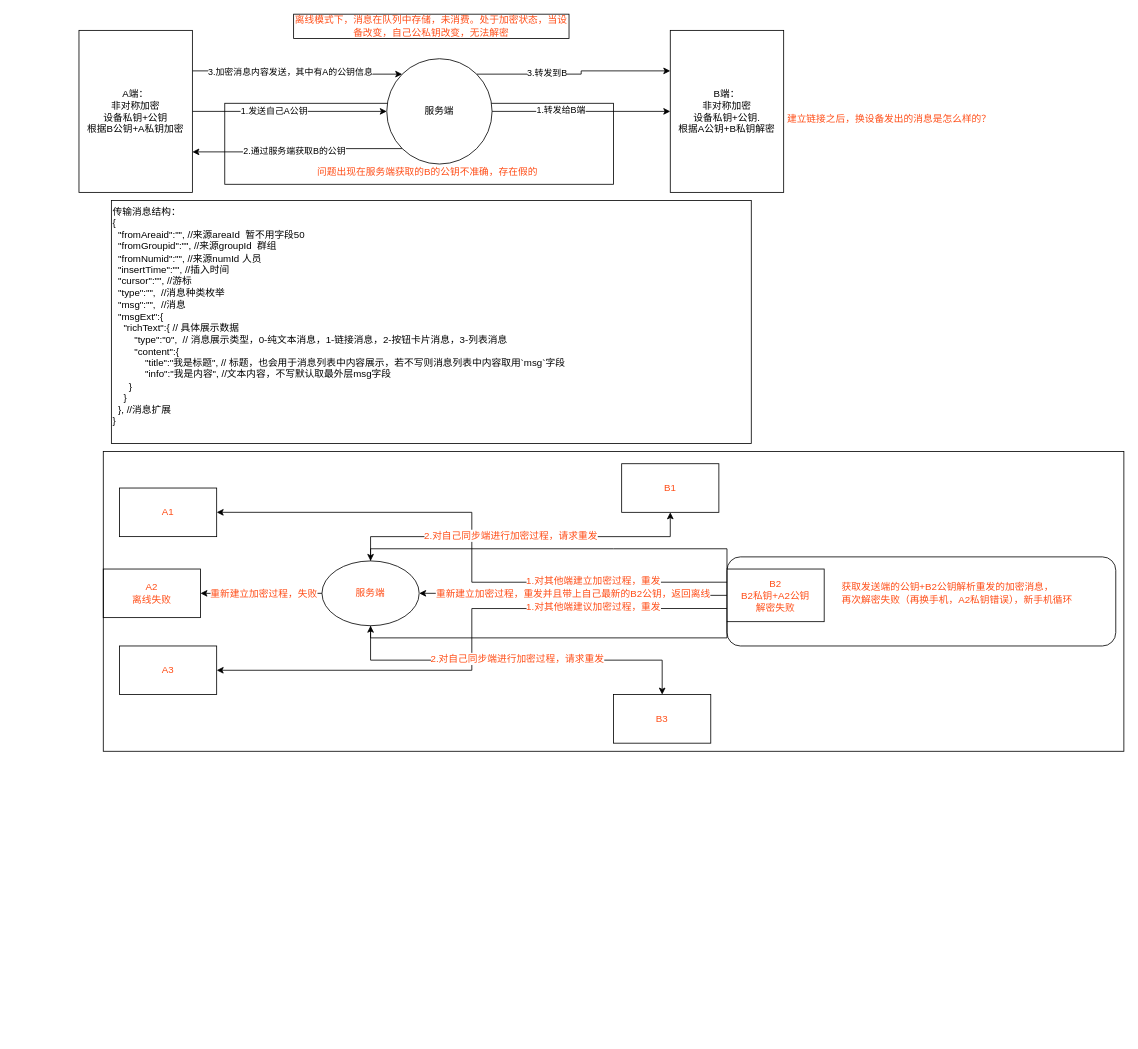
panhf/tu keeps this draw.io diagram as 端对端加密.drawio. Above is the earlier version. Source tidied: cells renumbered, new cells numbered last; positions are measured from the earlier drawing's top-left corner, leaving out a move shared by most shapes. Both pictures are drawn from the tidied source at 81%, with x=0, y=0 at pixel (79, 14).
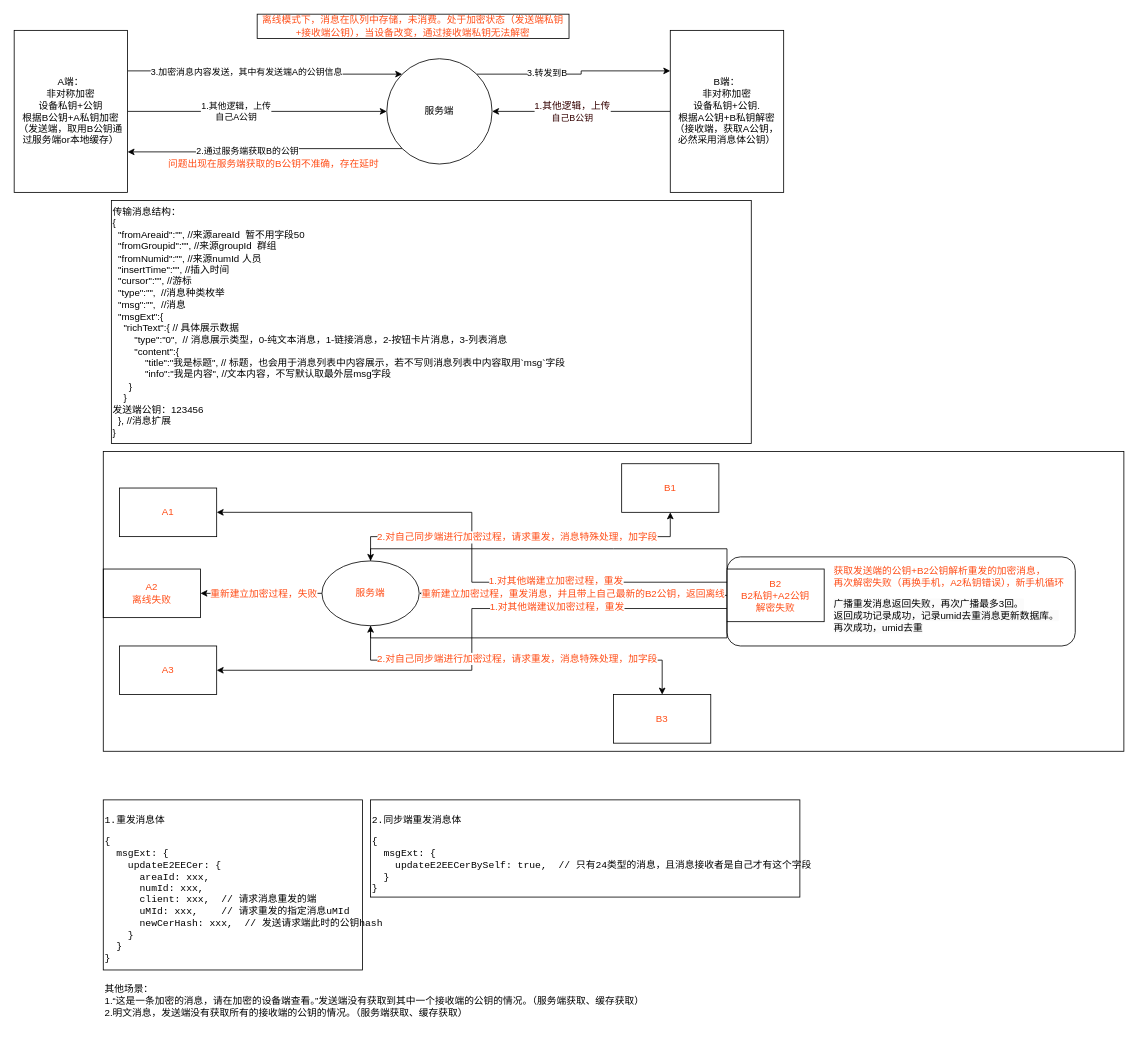
The same page after the edit.

Commit message:
更新端对端加密.drawio  2.7大群端对端加密逻辑

The change refers to these unchanged cells:
```xml
<mxCell id="3" style="edgeStyle=orthogonalEdgeStyle;rounded=0;jettySize=auto;html=1;" parent="1" edge="1" source="7" target="15">
  <mxGeometry relative="1" as="geometry" />
</mxCell>
<mxCell id="5" style="edgeStyle=orthogonalEdgeStyle;rounded=0;jettySize=auto;html=1;exitX=1;exitY=0.25;exitDx=0;exitDy=0;entryX=0;entryY=0;entryDx=0;entryDy=0;" parent="1" edge="1" source="7" target="15">
  <mxGeometry relative="1" as="geometry" />
</mxCell>
<mxCell id="15" value="服务端" style="ellipse;whiteSpace=wrap;html=1;" parent="1" vertex="1">
  <mxGeometry x="380" y="55" width="130" height="130" as="geometry" />
</mxCell>
<mxCell id="24" style="edgeStyle=orthogonalEdgeStyle;rounded=0;jettySize=auto;html=1;exitX=0;exitY=0.5;exitDx=0;exitDy=0;fontSize=12;fontColor=#FF4D17;" parent="1" edge="1" source="32" target="40">
  <mxGeometry relative="1" as="geometry" />
</mxCell>
<mxCell id="26" style="edgeStyle=orthogonalEdgeStyle;rounded=0;jettySize=auto;html=1;exitX=0;exitY=0.25;exitDx=0;exitDy=0;entryX=1;entryY=0.5;entryDx=0;entryDy=0;fontSize=12;fontColor=#FF4D17;" parent="1" edge="1" source="32" target="20">
  <mxGeometry relative="1" as="geometry" />
</mxCell>
<mxCell id="28" style="edgeStyle=orthogonalEdgeStyle;rounded=0;jettySize=auto;html=1;exitX=0;exitY=0.75;exitDx=0;exitDy=0;entryX=1;entryY=0.5;entryDx=0;entryDy=0;fontSize=12;fontColor=#FF4D17;" parent="1" edge="1" source="32" target="22">
  <mxGeometry relative="1" as="geometry" />
</mxCell>
<mxCell id="36" style="edgeStyle=orthogonalEdgeStyle;rounded=0;jettySize=auto;html=1;exitX=0.5;exitY=1;exitDx=0;exitDy=0;fontSize=12;fontColor=#FF4D17;" parent="1" edge="1" source="40" target="33">
  <mxGeometry relative="1" as="geometry" />
</mxCell>
<mxCell id="38" style="edgeStyle=orthogonalEdgeStyle;rounded=0;jettySize=auto;html=1;exitX=0.5;exitY=0;exitDx=0;exitDy=0;entryX=0.5;entryY=1;entryDx=0;entryDy=0;fontSize=12;fontColor=#FF4D17;" parent="1" edge="1" source="40" target="23">
  <mxGeometry relative="1" as="geometry" />
</mxCell>
```

The edit, as a diff of the source:
```diff
@@
-    <mxCell id="2" style="rounded=0;whiteSpace=wrap;html=1;strokeColor=default;fontSize=12;fontColor=#FF4D17;fillColor=none;" parent="1" vertex="1">
-      <mxGeometry x="180" y="110" width="480" height="100" as="geometry" />
-    </mxCell>
@@
-    <mxCell id="4" value="1.发送自己A公钥" style="edgeLabel;html=1;align=center;verticalAlign=middle;" parent="3" vertex="1">
+    <mxCell id="4" value="1.其他逻辑，上传&lt;br&gt;自己A公钥" style="edgeLabel;html=1;align=center;verticalAlign=middle;" parent="3" vertex="1">
       <mxGeometry x="-0.17" y="1" relative="1" as="geometry" />
     </mxCell>
@@
-    <mxCell id="6" value="3.加密消息内容发送，其中有A的公钥信息" style="edgeLabel;html=1;align=center;verticalAlign=middle;" parent="5" vertex="1">
+    <mxCell id="6" value="3.加密消息内容发送，其中有发送端A的公钥信息" style="edgeLabel;html=1;align=center;verticalAlign=middle;" parent="5" vertex="1">
       <mxGeometry x="-0.34" relative="1" as="geometry">
         <mxPoint x="33" as="offset" />
       </mxGeometry>
     </mxCell>
-    <mxCell id="7" value="A端：&lt;br&gt;非对称加密&lt;br&gt;设备私钥+公钥&lt;br&gt;根据B公钥+A私钥加密" style="rounded=0;whiteSpace=wrap;html=1;" parent="1" vertex="1">
-      <mxGeometry y="20" width="140" height="200" as="geometry" />
+    <mxCell id="7" value="A端：&lt;br&gt;非对称加密&lt;br&gt;设备私钥+公钥&lt;br&gt;根据B公钥+A私钥加密（发送端，取用B公钥通过服务端or本地缓存）" style="rounded=0;whiteSpace=wrap;html=1;" parent="1" vertex="1">
+      <mxGeometry x="-80" y="20" width="140" height="200" as="geometry" />
     </mxCell>
+    <mxCell id="44" style="edgeStyle=orthogonalEdgeStyle;rounded=0;jettySize=auto;html=1;entryX=1;entryY=0.5;entryDx=0;entryDy=0;fontSize=12;fontColor=#FF4D17;" parent="1" edge="1" source="8" target="15">
+      <mxGeometry relative="1" as="geometry" />
+    </mxCell>
+    <mxCell id="45" value="1.其他逻辑，上传&lt;br style=&quot;border-color: var(--border-color); font-size: 11px;&quot;&gt;&lt;span style=&quot;font-size: 11px;&quot;&gt;自己B公钥&lt;/span&gt;" style="edgeLabel;html=1;align=center;verticalAlign=middle;fontSize=12;fontColor=#330000;" parent="44" vertex="1">
+      <mxGeometry x="0.11" y="-1" relative="1" as="geometry" />
+    </mxCell>
-    <mxCell id="8" value="B端：&lt;br&gt;非对称加密&lt;br style=&quot;border-color: var(--border-color);&quot;&gt;设备私钥+公钥.&lt;br&gt;根据A公钥+B私钥解密" style="rounded=0;whiteSpace=wrap;html=1;" parent="1" vertex="1">
+    <mxCell id="8" value="B端：&lt;br&gt;非对称加密&lt;br style=&quot;border-color: var(--border-color);&quot;&gt;设备私钥+公钥.&lt;br&gt;根据A公钥+B私钥解密（接收端，获取A公钥，必然采用消息体公钥）" style="rounded=0;whiteSpace=wrap;html=1;" parent="1" vertex="1">
       <mxGeometry x="730" y="20" width="140" height="200" as="geometry" />
     </mxCell>
-    <mxCell id="9" style="edgeStyle=orthogonalEdgeStyle;rounded=0;jettySize=auto;html=1;entryX=0;entryY=0.5;entryDx=0;entryDy=0;" parent="1" edge="1" source="15" target="8">
-      <mxGeometry relative="1" as="geometry" />
-    </mxCell>
-    <mxCell id="10" value="1.转发给B端" style="edgeLabel;html=1;align=center;verticalAlign=middle;" parent="9" vertex="1">
-      <mxGeometry x="-0.24" y="2" relative="1" as="geometry" />
-    </mxCell>
@@
-    <mxCell id="16" value="传输消息结构：&lt;br style=&quot;font-size: 12px;&quot;&gt;&lt;div&gt;{&lt;/div&gt;&lt;div&gt;&amp;nbsp; &quot;fromAreaid&quot;:&quot;&quot;, //来源areaId&amp;nbsp; 暂不用字段50&lt;/div&gt;&lt;div&gt;&amp;nbsp; &quot;fromGroupid&quot;:&quot;&quot;, //来源groupId&amp;nbsp; 群组&lt;/div&gt;&lt;div&gt;&amp;nbsp; &quot;fromNumid&quot;:&quot;&quot;, //来源numId&lt;span style=&quot;white-space: pre;&quot;&gt; &lt;/span&gt;人员&lt;/div&gt;&lt;div&gt;&amp;nbsp; &quot;insertTime&quot;:&quot;&quot;, //插入时间&lt;/div&gt;&lt;div&gt;&amp;nbsp; &quot;cursor&quot;:&quot;&quot;, //游标&lt;/div&gt;&lt;div&gt;&amp;nbsp; &quot;type&quot;:&quot;&quot;,&amp;nbsp; //消息种类枚举&lt;/div&gt;&lt;div&gt;&amp;nbsp; &quot;msg&quot;:&quot;&quot;,&amp;nbsp; //消息&lt;/div&gt;&lt;div&gt;&amp;nbsp; &quot;msgExt&quot;:{&lt;/div&gt;&lt;div&gt;&amp;nbsp; &amp;nbsp; &quot;richText&quot;:{ // 具体展示数据&lt;/div&gt;&lt;div&gt;&amp;nbsp; &amp;nbsp; &amp;nbsp; &amp;nbsp; &quot;type&quot;:&quot;0&quot;,&amp;nbsp; // 消息展示类型，0-纯文本消息，1-链接消息，2-按钮卡片消息，3-列表消息&lt;/div&gt;&lt;div&gt;&amp;nbsp; &amp;nbsp; &amp;nbsp; &amp;nbsp; &quot;content&quot;:{&lt;/div&gt;&lt;div&gt;&amp;nbsp; &amp;nbsp; &amp;nbsp; &amp;nbsp; &amp;nbsp; &amp;nbsp; &quot;title&quot;:&quot;我是标题&quot;, // 标题，也会用于消息列表中内容展示，若不写则消息列表中内容取用`msg`字段&lt;/div&gt;&lt;div&gt;&amp;nbsp; &amp;nbsp; &amp;nbsp; &amp;nbsp; &amp;nbsp; &amp;nbsp; &quot;info&quot;:&quot;我是内容&quot;, //文本内容，不写默认取最外层msg字段&lt;/div&gt;&lt;div&gt;&amp;nbsp; &amp;nbsp; &amp;nbsp; }&lt;/div&gt;&lt;div&gt;&amp;nbsp; &amp;nbsp; }&lt;/div&gt;&lt;div&gt;&amp;nbsp; }, //消息扩展&lt;/div&gt;&lt;div&gt;}&lt;/div&gt;" style="text;whiteSpace=wrap;html=1;strokeColor=default;fontSize=12;" parent="1" vertex="1">
+    <mxCell id="16" value="传输消息结构：&lt;br style=&quot;font-size: 12px;&quot;&gt;&lt;div&gt;{&lt;/div&gt;&lt;div&gt;&amp;nbsp; &quot;fromAreaid&quot;:&quot;&quot;, //来源areaId&amp;nbsp; 暂不用字段50&lt;/div&gt;&lt;div&gt;&amp;nbsp; &quot;fromGroupid&quot;:&quot;&quot;, //来源groupId&amp;nbsp; 群组&lt;/div&gt;&lt;div&gt;&amp;nbsp; &quot;fromNumid&quot;:&quot;&quot;, //来源numId&lt;span style=&quot;white-space: pre;&quot;&gt; &lt;/span&gt;人员&lt;/div&gt;&lt;div&gt;&amp;nbsp; &quot;insertTime&quot;:&quot;&quot;, //插入时间&lt;/div&gt;&lt;div&gt;&amp;nbsp; &quot;cursor&quot;:&quot;&quot;, //游标&lt;/div&gt;&lt;div&gt;&amp;nbsp; &quot;type&quot;:&quot;&quot;,&amp;nbsp; //消息种类枚举&lt;/div&gt;&lt;div&gt;&amp;nbsp; &quot;msg&quot;:&quot;&quot;,&amp;nbsp; //消息&lt;/div&gt;&lt;div&gt;&amp;nbsp; &quot;msgExt&quot;:{&lt;/div&gt;&lt;div&gt;&amp;nbsp; &amp;nbsp; &quot;richText&quot;:{ // 具体展示数据&lt;/div&gt;&lt;div&gt;&amp;nbsp; &amp;nbsp; &amp;nbsp; &amp;nbsp; &quot;type&quot;:&quot;0&quot;,&amp;nbsp; // 消息展示类型，0-纯文本消息，1-链接消息，2-按钮卡片消息，3-列表消息&lt;/div&gt;&lt;div&gt;&amp;nbsp; &amp;nbsp; &amp;nbsp; &amp;nbsp; &quot;content&quot;:{&lt;/div&gt;&lt;div&gt;&amp;nbsp; &amp;nbsp; &amp;nbsp; &amp;nbsp; &amp;nbsp; &amp;nbsp; &quot;title&quot;:&quot;我是标题&quot;, // 标题，也会用于消息列表中内容展示，若不写则消息列表中内容取用`msg`字段&lt;/div&gt;&lt;div&gt;&amp;nbsp; &amp;nbsp; &amp;nbsp; &amp;nbsp; &amp;nbsp; &amp;nbsp; &quot;info&quot;:&quot;我是内容&quot;, //文本内容，不写默认取最外层msg字段&lt;/div&gt;&lt;div&gt;&amp;nbsp; &amp;nbsp; &amp;nbsp; }&lt;/div&gt;&lt;div&gt;&amp;nbsp; &amp;nbsp; }&lt;/div&gt;&lt;div&gt;发送端公钥：123456&lt;/div&gt;&lt;div&gt;&amp;nbsp; }, //消息扩展&lt;/div&gt;&lt;div&gt;}&lt;/div&gt;" style="text;whiteSpace=wrap;html=1;strokeColor=default;fontSize=12;" parent="1" vertex="1">
       <mxGeometry x="40" y="230" width="790" height="300" as="geometry" />
     </mxCell>
-    <mxCell id="17" value="问题出现在服务端获取的B的公钥不准确，存在假的" style="text;html=1;align=center;verticalAlign=middle;strokeColor=none;fillColor=none;fontSize=12;fontColor=#FF4D17;" parent="1" vertex="1">
-      <mxGeometry x="280" y="180" width="300" height="30" as="geometry" />
+    <mxCell id="17" value="问题出现在服务端获取的B公钥不准确，存在延时" style="text;html=1;align=center;verticalAlign=middle;strokeColor=none;fillColor=none;fontSize=12;fontColor=#FF4D17;" parent="1" vertex="1">
+      <mxGeometry x="100" y="170" width="280" height="30" as="geometry" />
     </mxCell>
-    <mxCell id="18" value="离线模式下，消息在队列中存储，未消费。处于加密状态，当设备改变，自己公私钥改变，无法解密" style="rounded=0;whiteSpace=wrap;html=1;strokeColor=default;fontSize=12;fontColor=#FF4D17;fillColor=none;" parent="1" vertex="1">
-      <mxGeometry x="265" width="340" height="30" as="geometry" />
+    <mxCell id="18" value="离线模式下，消息在队列中存储，未消费。处于加密状态（发送端私钥+接收端公钥），当设备改变，通过接收端私钥无法解密" style="rounded=0;whiteSpace=wrap;html=1;strokeColor=default;fontSize=12;fontColor=#FF4D17;fillColor=none;" parent="1" vertex="1">
+      <mxGeometry x="220" width="385" height="30" as="geometry" />
     </mxCell>
@@
-    <mxCell id="25" value="重新建立加密过程，重发并且带上自己最新的B2公钥，返回离线" style="edgeLabel;html=1;align=center;verticalAlign=middle;fontSize=12;fontColor=#FF4D17;" parent="24" vertex="1">
+    <mxCell id="25" value="重新建立加密过程，重发消息，并且带上自己最新的B2公钥，返回离线" style="edgeLabel;html=1;align=center;verticalAlign=middle;fontSize=12;fontColor=#FF4D17;" parent="24" vertex="1">
       <mxGeometry x="0.31" y="2" relative="1" as="geometry">
         <mxPoint x="58" y="-2" as="offset" />
       </mxGeometry>
     </mxCell>
@@
     <mxCell id="27" value="1.对其他端建立加密过程，重发" style="edgeLabel;html=1;align=center;verticalAlign=middle;fontSize=12;fontColor=#FF4D17;" parent="26" vertex="1">
-      <mxGeometry x="-0.54" y="-2" relative="1" as="geometry" />
+      <mxGeometry x="-0.54" y="-2" relative="1" as="geometry">
+        <mxPoint x="-46" as="offset" />
+      </mxGeometry>
     </mxCell>
@@
     <mxCell id="29" value="1.对其他端建议加密过程，重发" style="edgeLabel;html=1;align=center;verticalAlign=middle;fontSize=12;fontColor=#FF4D17;" parent="28" vertex="1">
       <mxGeometry x="-0.49" y="-2" relative="1" as="geometry">
-        <mxPoint x="15" as="offset" />
+        <mxPoint x="-30" as="offset" />
       </mxGeometry>
     </mxCell>
@@
-    <mxCell id="37" value="2.对自己同步端进行加密过程，请求重发" style="edgeLabel;html=1;align=center;verticalAlign=middle;fontSize=12;fontColor=#FF4D17;" parent="36" vertex="1">
+    <mxCell id="37" value="2.对自己同步端进行加密过程，请求重发，消息特殊处理，加字段" style="edgeLabel;html=1;align=center;verticalAlign=middle;fontSize=12;fontColor=#FF4D17;" parent="36" vertex="1">
       <mxGeometry x="0.11" y="1" relative="1" as="geometry">
         <mxPoint x="-24" y="-1" as="offset" />
       </mxGeometry>
     </mxCell>
@@
-    <mxCell id="39" value="2.对自己同步端进行加密过程，请求重发" style="edgeLabel;html=1;align=center;verticalAlign=middle;fontSize=12;fontColor=#FF4D17;" parent="38" vertex="1">
-      <mxGeometry x="-0.06" y="2" relative="1" as="geometry" />
+    <mxCell id="39" value="2.对自己同步端进行加密过程，请求重发，消息特殊处理，加字段" style="edgeLabel;html=1;align=center;verticalAlign=middle;fontSize=12;fontColor=#FF4D17;" parent="38" vertex="1">
+      <mxGeometry x="-0.06" y="2" relative="1" as="geometry">
+        <mxPoint x="8" y="2" as="offset" />
+      </mxGeometry>
     </mxCell>
@@
     <mxCell id="41" style="rounded=1;whiteSpace=wrap;html=1;strokeColor=default;fontSize=12;fontColor=#FF4D17;fillColor=none;" parent="1" vertex="1">
-      <mxGeometry x="800" y="670" width="480" height="110" as="geometry" />
+      <mxGeometry x="800" y="670" width="430" height="110" as="geometry" />
     </mxCell>
     <mxCell id="42" value="获取发送端的公钥+B2公钥解析重发的加密消息，&lt;br&gt;再次解密失败（再换手机，A2私钥错误），新手机循环" style="text;html=1;align=left;verticalAlign=middle;strokeColor=none;fillColor=none;fontSize=12;fontColor=#FF4D17;" parent="1" vertex="1">
-      <mxGeometry x="940" y="695" width="310" height="40" as="geometry" />
+      <mxGeometry x="930" y="675" width="310" height="40" as="geometry" />
     </mxCell>
-    <mxCell id="43" value="建立链接之后，换设备发出的消息是怎么样的？" style="text;html=1;align=center;verticalAlign=middle;strokeColor=none;fillColor=none;fontSize=12;fontColor=#FF4D17;" parent="1" vertex="1">
-      <mxGeometry x="860" y="115" width="280" height="30" as="geometry" />
-    </mxCell>
+    <mxCell id="46" value="&lt;span style=&quot;color: rgb(0, 0, 0); font-family: Helvetica; font-size: 12px; font-style: normal; font-variant-ligatures: normal; font-variant-caps: normal; font-weight: 400; letter-spacing: normal; orphans: 2; text-align: center; text-indent: 0px; text-transform: none; widows: 2; word-spacing: 0px; -webkit-text-stroke-width: 0px; background-color: rgb(251, 251, 251); text-decoration-thickness: initial; text-decoration-style: initial; text-decoration-color: initial; float: none; display: inline !important;&quot;&gt;广播重发消息返回失败，再次广播最多3回。&lt;/span&gt;&lt;br style=&quot;border-color: var(--border-color); color: rgb(0, 0, 0); font-family: Helvetica; font-size: 12px; font-style: normal; font-variant-ligatures: normal; font-variant-caps: normal; font-weight: 400; letter-spacing: normal; orphans: 2; text-align: center; text-indent: 0px; text-transform: none; widows: 2; word-spacing: 0px; -webkit-text-stroke-width: 0px; background-color: rgb(251, 251, 251); text-decoration-thickness: initial; text-decoration-style: initial; text-decoration-color: initial;&quot;&gt;&lt;span style=&quot;color: rgb(0, 0, 0); font-family: Helvetica; font-size: 12px; font-style: normal; font-variant-ligatures: normal; font-variant-caps: normal; font-weight: 400; letter-spacing: normal; orphans: 2; text-align: center; text-indent: 0px; text-transform: none; widows: 2; word-spacing: 0px; -webkit-text-stroke-width: 0px; background-color: rgb(251, 251, 251); text-decoration-thickness: initial; text-decoration-style: initial; text-decoration-color: initial; float: none; display: inline !important;&quot;&gt;返回成功记录成功，记录umid去重消息更新数据库。&lt;br&gt;再次成功，umid去重&lt;br&gt;&lt;/span&gt;" style="text;whiteSpace=wrap;html=1;fontSize=12;fontColor=#000000;" parent="1" vertex="1">
+      <mxGeometry x="930" y="715" width="340" height="50" as="geometry" />
+    </mxCell>
+    <mxCell id="47" value="其他场景：&lt;br&gt;1.“这是一条加密的消息，请在加密的设备端查看。”发送端没有获取到其中一个接收端的公钥的情况。（服务端获取、缓存获取）&lt;br&gt;2.明文消息，发送端没有获取所有的接收端的公钥的情况。（服务端获取、缓存获取）" style="text;whiteSpace=wrap;html=1;fontSize=12;fontColor=#000000;" parent="1" vertex="1">
+      <mxGeometry x="30" y="1190" width="680" height="70" as="geometry" />
+    </mxCell>
+    <mxCell id="48" value="&lt;span data-docs-delta=&quot;[[20,&amp;quot;{&amp;quot;],[20,&amp;quot;\n&amp;quot;,&amp;quot;24:\&amp;quot;YNAS\&amp;quot;|36:177|direction:\&amp;quot;ltr\&amp;quot;&amp;quot;],[20,&amp;quot;  msgExt: {&amp;quot;],[20,&amp;quot;\n&amp;quot;,&amp;quot;24:\&amp;quot;Vgk3\&amp;quot;|36:177|direction:\&amp;quot;ltr\&amp;quot;&amp;quot;],[20,&amp;quot;    updateE2EECer: {&amp;quot;],[20,&amp;quot;\n&amp;quot;,&amp;quot;24:\&amp;quot;atrl\&amp;quot;|36:177|direction:\&amp;quot;ltr\&amp;quot;&amp;quot;],[20,&amp;quot;      areaId: xxx,&amp;quot;],[20,&amp;quot;\n&amp;quot;,&amp;quot;24:\&amp;quot;xfEq\&amp;quot;|36:177|direction:\&amp;quot;ltr\&amp;quot;&amp;quot;],[20,&amp;quot;      numId: xxx,&amp;quot;],[20,&amp;quot;\n&amp;quot;,&amp;quot;24:\&amp;quot;CnPP\&amp;quot;|36:177|direction:\&amp;quot;ltr\&amp;quot;&amp;quot;],[20,&amp;quot;      client: xxx,  // 请求消息重发的端&amp;quot;],[20,&amp;quot;\n&amp;quot;,&amp;quot;24:\&amp;quot;vK4W\&amp;quot;|36:177|direction:\&amp;quot;ltr\&amp;quot;&amp;quot;],[20,&amp;quot;      uMId: xxx,    // 请求重发的指定消息uMId&amp;quot;],[20,&amp;quot;\n&amp;quot;,&amp;quot;24:\&amp;quot;Q8HP\&amp;quot;|36:177|direction:\&amp;quot;ltr\&amp;quot;&amp;quot;],[20,&amp;quot;      newCerHash: xxx,  // 发送请求端此时的公钥hash&amp;quot;],[20,&amp;quot;\n&amp;quot;,&amp;quot;24:\&amp;quot;zw7l\&amp;quot;|36:177|direction:\&amp;quot;ltr\&amp;quot;&amp;quot;],[20,&amp;quot;    }&amp;quot;],[20,&amp;quot;\n&amp;quot;,&amp;quot;24:\&amp;quot;Pvve\&amp;quot;|36:177|direction:\&amp;quot;ltr\&amp;quot;&amp;quot;],[20,&amp;quot;  }&amp;quot;],[20,&amp;quot;\n&amp;quot;,&amp;quot;24:\&amp;quot;VP2J\&amp;quot;|36:177|direction:\&amp;quot;ltr\&amp;quot;&amp;quot;],[20,&amp;quot;}&amp;quot;],[20,&amp;quot;\n&amp;quot;,&amp;quot;24:\&amp;quot;nvir\&amp;quot;|36:177|direction:\&amp;quot;ltr\&amp;quot;&amp;quot;]]&quot;&gt;&lt;pre&gt;1.重发消息体&lt;/pre&gt;&lt;pre&gt;{&lt;br&gt;  msgExt: {&lt;br&gt;    updateE2EECer: {&lt;br&gt;      areaId: xxx,&lt;br&gt;      numId: xxx,&lt;br&gt;      client: xxx,  // 请求消息重发的端&lt;br&gt;      uMId: xxx,    // 请求重发的指定消息uMId&lt;br&gt;      newCerHash: xxx,  // 发送请求端此时的公钥hash&lt;br&gt;    }&lt;br&gt;  }&lt;br&gt;}&lt;/pre&gt;&lt;/span&gt;" style="text;whiteSpace=wrap;html=1;fontSize=12;fontColor=#000000;strokeColor=default;" parent="1" vertex="1">
+      <mxGeometry x="30" y="970" width="320" height="210" as="geometry" />
+    </mxCell>
+    <mxCell id="49" value="&lt;span data-docs-delta=&quot;[[20,&amp;quot;{&amp;quot;],[20,&amp;quot;\n&amp;quot;,&amp;quot;24:\&amp;quot;Vws9\&amp;quot;|36:177|direction:\&amp;quot;ltr\&amp;quot;&amp;quot;],[20,&amp;quot;  msgExt: {&amp;quot;],[20,&amp;quot;\n&amp;quot;,&amp;quot;24:\&amp;quot;8DtW\&amp;quot;|36:177|direction:\&amp;quot;ltr\&amp;quot;&amp;quot;],[20,&amp;quot;    updateE2EECerBySelf: true,  // 只有24类型的消息，且消息接收者是自己才有这个字段&amp;quot;],[20,&amp;quot;\n&amp;quot;,&amp;quot;24:\&amp;quot;HbSw\&amp;quot;|36:177|direction:\&amp;quot;ltr\&amp;quot;&amp;quot;],[20,&amp;quot;  }&amp;quot;],[20,&amp;quot;\n&amp;quot;,&amp;quot;24:\&amp;quot;jUMK\&amp;quot;|36:177|direction:\&amp;quot;ltr\&amp;quot;&amp;quot;],[20,&amp;quot;}&amp;quot;],[20,&amp;quot;\n&amp;quot;,&amp;quot;24:\&amp;quot;mmoD\&amp;quot;|36:177|direction:\&amp;quot;ltr\&amp;quot;&amp;quot;]]&quot;&gt;&lt;pre&gt;2.同步端重发消息体&lt;/pre&gt;&lt;pre&gt;{&lt;br&gt;  msgExt: {&lt;br&gt;    updateE2EECerBySelf: true,  // 只有24类型的消息，且消息接收者是自己才有这个字段&lt;br&gt;  }&lt;br&gt;}&lt;/pre&gt;&lt;/span&gt;" style="text;whiteSpace=wrap;html=1;fontSize=12;fontColor=#000000;strokeColor=default;" parent="1" vertex="1">
+      <mxGeometry x="360" y="970" width="530" height="120" as="geometry" />
+    </mxCell>
```
